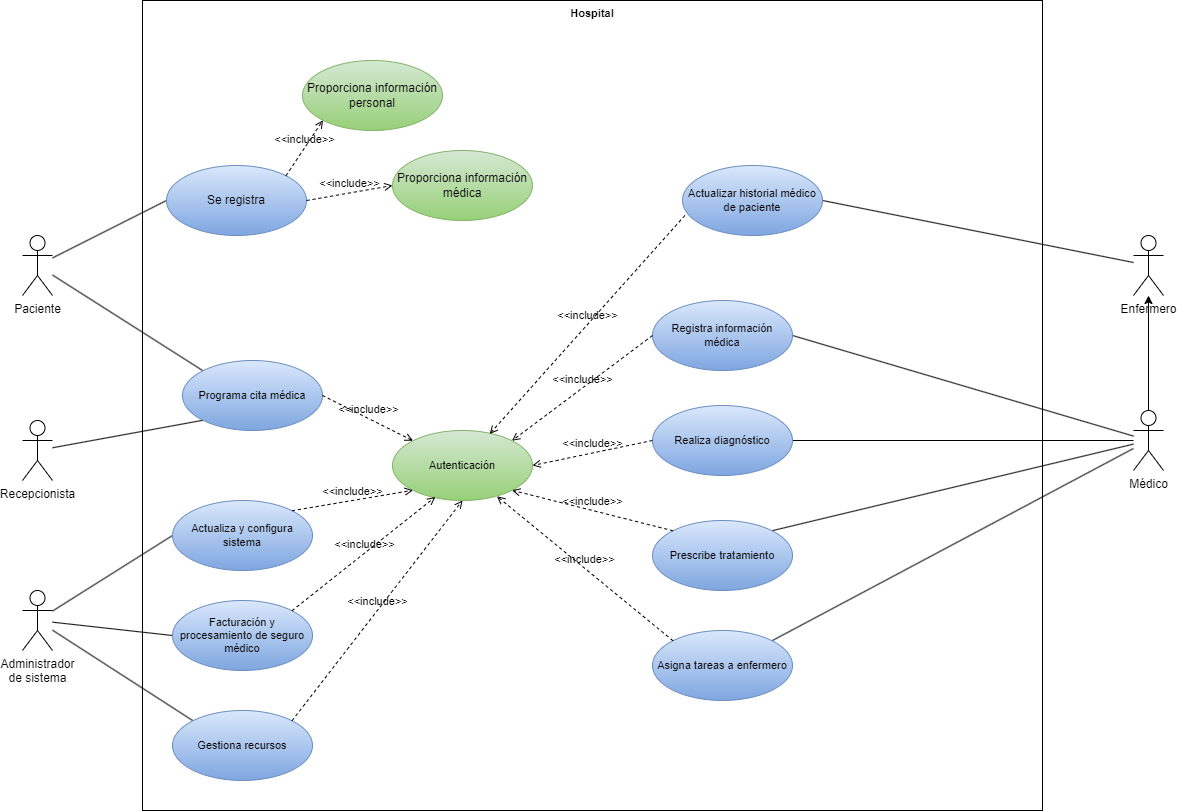
Earlier version of the draw.io export unidad-4/tarea1/diagram/uc-diagram.png (mackstm/ets). Source tidied: cells renumbered, new cells last; positions are measured from the earlier drawing's top-left corner, leaving out a move shared by most shapes.
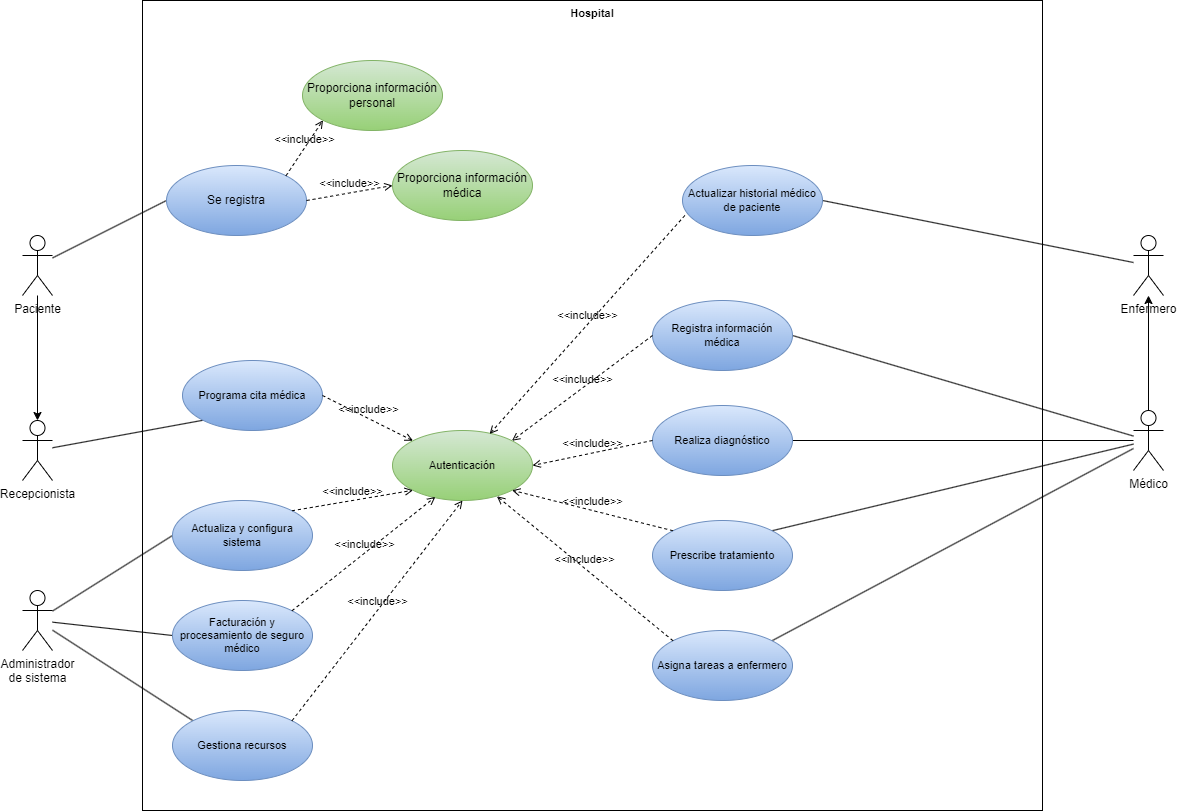
After the commit.

Diff of the diagram source:
```diff
@@ -8,7 +8,7 @@
     <mxCell id="3" style="edgeStyle=none;shape=connector;rounded=0;jettySize=auto;html=1;entryX=0;entryY=0.5;entryDx=0;entryDy=0;labelBackgroundColor=default;strokeColor=default;align=center;verticalAlign=middle;fontFamily=Helvetica;fontSize=11;fontColor=default;endArrow=none;endFill=0;" parent="1" edge="1" source="5" target="20">
       <mxGeometry relative="1" as="geometry" />
     </mxCell>
-    <mxCell id="4" style="edgeStyle=none;shape=connector;rounded=0;jettySize=auto;html=1;entryX=0;entryY=0;entryDx=0;entryDy=0;labelBackgroundColor=default;strokeColor=default;align=center;verticalAlign=middle;fontFamily=Helvetica;fontSize=11;fontColor=default;endArrow=none;endFill=0;" parent="1" edge="1" source="5" target="25">
+    <mxCell id="4" style="edgeStyle=none;shape=connector;rounded=0;jettySize=auto;html=1;entryX=0.5;entryY=0;entryDx=0;entryDy=0;labelBackgroundColor=default;strokeColor=default;align=center;verticalAlign=middle;fontFamily=Helvetica;fontSize=11;fontColor=default;endArrow=classic;endFill=1;entryPerimeter=0;" parent="1" edge="1" source="5" target="15">
       <mxGeometry relative="1" as="geometry" />
     </mxCell>
     <mxCell id="5" value="Paciente" style="shape=umlActor;verticalLabelPosition=bottom;verticalAlign=top;html=1;outlineConnect=0;" parent="1" vertex="1">
```
